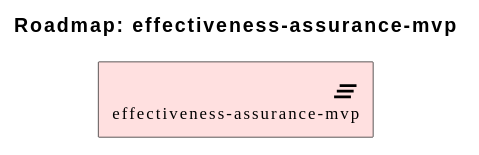
Earlier version of the PlantUML export architecture/model/diagrams/migration/plat-effectiveness-assurance-mvp-10.svg (wolffy-au/frictionless-architect). The source it was exported from:
```plantuml
@startuml
!include <archimate/Archimate>

title Roadmap: effectiveness-assurance-mvp

Implementation_Plateau(e_id4f676e80353d57, "effectiveness-assurance-mvp")
@enduml
```
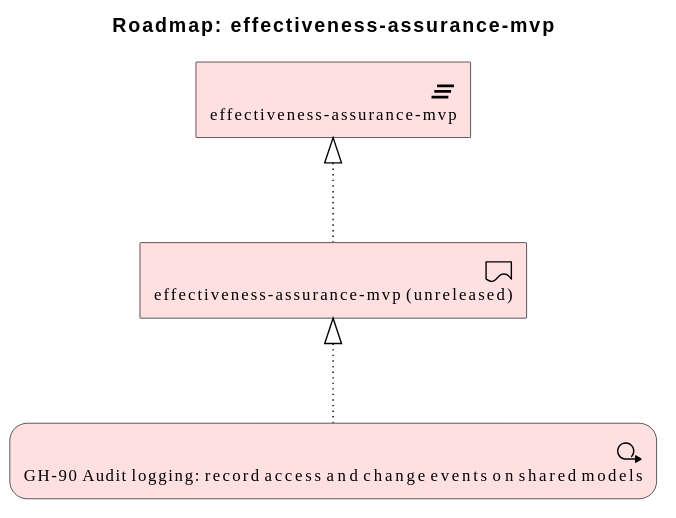
The same diagram one commit later.

Change to the diagram source:
```diff
@@ -3,5 +3,10 @@
 
 title Roadmap: effectiveness-assurance-mvp
 
+Implementation_Deliverable(e_id33a2a64820b951, "effectiveness-assurance-mvp (unreleased)")
 Implementation_Plateau(e_id4f676e80353d57, "effectiveness-assurance-mvp")
+Implementation_WorkPackage(e_ida53fb52590ba55, "GH-90 Audit logging: record access and change events on shared models")
+
+Rel_Realization_Up(e_id33a2a64820b951, e_id4f676e80353d57, "")
+Rel_Realization_Up(e_ida53fb52590ba55, e_id33a2a64820b951, "")
 @enduml
```
